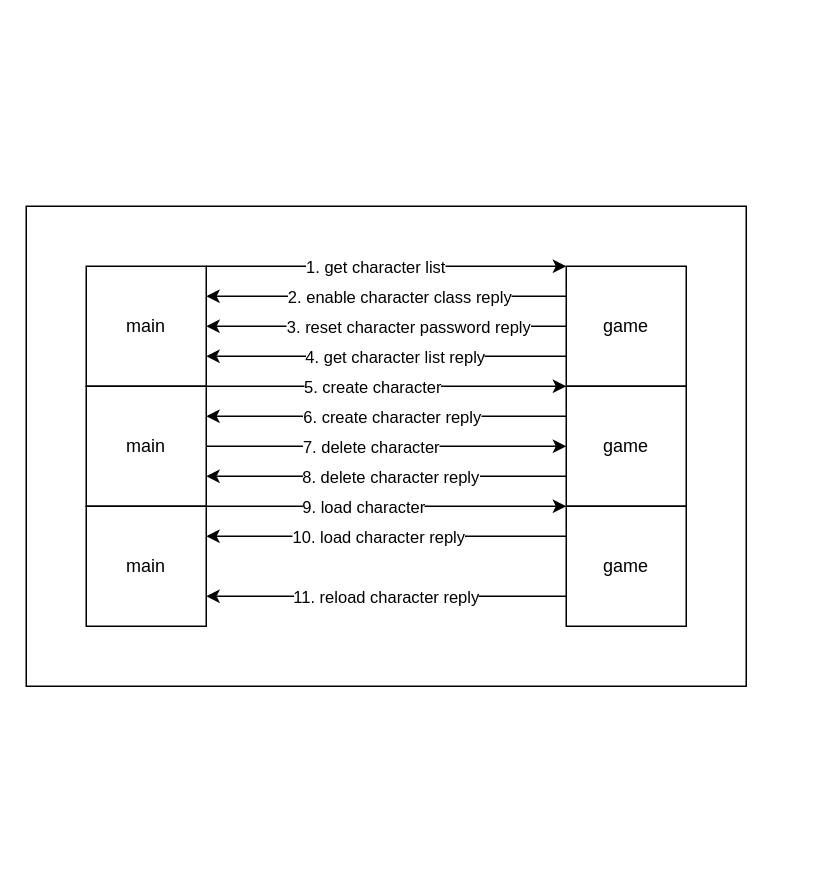
Earlier version of the draw.io diagram docs/character.drawio (xujintao/balgass). Source tidied: cells renumbered, new cells numbered last; positions are measured from the earlier drawing's top-left corner, leaving out a move shared by most shapes. Both pictures are drawn from the tidied source at 150%, with x=0, y=0 at pixel (26, 206).
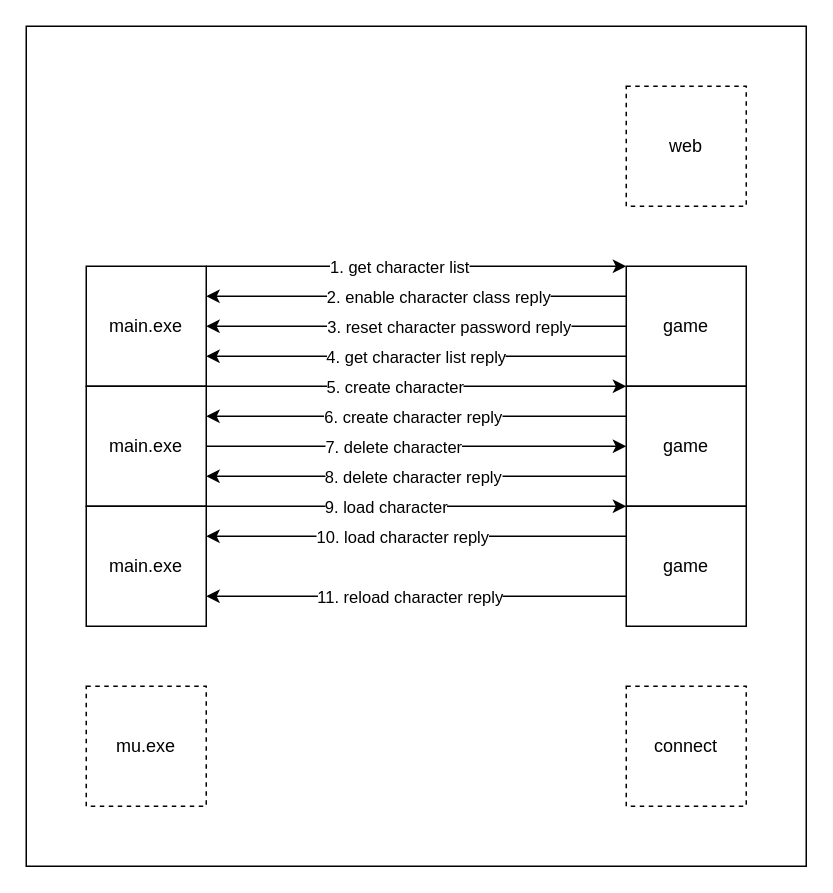
After the change.

Unchanged cells that the change refers to:
```xml
<mxCell id="7" style="endArrow=classic;html=1;rounded=0;exitX=0;exitY=0.75;exitDx=0;exitDy=0;entryX=1;entryY=0.75;entryDx=0;entryDy=0;" parent="1" edge="1" source="4" target="3">
  <mxGeometry relative="1" as="geometry" />
</mxCell>
<mxCell id="11" style="endArrow=classic;html=1;rounded=0;exitX=0;exitY=0.25;exitDx=0;exitDy=0;entryX=1;entryY=0.25;entryDx=0;entryDy=0;" parent="1" edge="1" source="14" target="13">
  <mxGeometry relative="1" as="geometry" />
</mxCell>
<mxCell id="17" style="endArrow=classic;html=1;rounded=0;exitX=0;exitY=0.75;exitDx=0;exitDy=0;entryX=1;entryY=0.75;entryDx=0;entryDy=0;" parent="1" edge="1" source="14" target="13">
  <mxGeometry relative="1" as="geometry" />
</mxCell>
<mxCell id="19" style="endArrow=classic;html=1;rounded=0;entryX=1;entryY=0.25;entryDx=0;entryDy=0;exitX=0;exitY=0.25;exitDx=0;exitDy=0;" parent="1" edge="1" source="4" target="3">
  <mxGeometry relative="1" as="geometry" />
</mxCell>
<mxCell id="21" style="endArrow=classic;html=1;rounded=0;entryX=1;entryY=0.5;entryDx=0;entryDy=0;exitX=0;exitY=0.5;exitDx=0;exitDy=0;" parent="1" edge="1" source="4" target="3">
  <mxGeometry relative="1" as="geometry" />
</mxCell>
```

Change to the diagram source:
```diff
@@
     <mxCell id="2" style="rounded=0;whiteSpace=wrap;html=1;" parent="1" vertex="1">
-      <mxGeometry width="480" height="320" as="geometry" />
+      <mxGeometry y="-120" width="520" height="560" as="geometry" />
     </mxCell>
-    <mxCell id="3" value="main" style="rounded=0;whiteSpace=wrap;html=1;" parent="1" vertex="1">
+    <mxCell id="3" value="main.exe" style="rounded=0;whiteSpace=wrap;html=1;" parent="1" vertex="1">
       <mxGeometry x="40" y="40" width="80" height="80" as="geometry" />
     </mxCell>
     <mxCell id="4" value="game" style="rounded=0;whiteSpace=wrap;html=1;" parent="1" vertex="1">
-      <mxGeometry x="360" y="40" width="80" height="80" as="geometry" />
+      <mxGeometry x="400" y="40" width="80" height="80" as="geometry" />
     </mxCell>
@@
     <mxCell id="8" value="4. get character list reply" style="edgeLabel;html=1;align=center;verticalAlign=middle;" parent="7" vertex="1">
       <mxGeometry x="0.14" relative="1" as="geometry">
-        <mxPoint x="22" as="offset" />
+        <mxPoint x="19" as="offset" />
       </mxGeometry>
     </mxCell>
@@
     <mxCell id="12" value="6. create character reply" style="edgeLabel;html=1;align=center;verticalAlign=middle;" parent="11" vertex="1">
       <mxGeometry x="0.19" y="-1" relative="1" as="geometry">
-        <mxPoint x="26" y="1" as="offset" />
+        <mxPoint x="24" y="1" as="offset" />
       </mxGeometry>
     </mxCell>
-    <mxCell id="13" value="main" style="rounded=0;whiteSpace=wrap;html=1;" parent="1" vertex="1">
+    <mxCell id="13" value="main.exe" style="rounded=0;whiteSpace=wrap;html=1;" parent="1" vertex="1">
       <mxGeometry x="40" y="120" width="80" height="80" as="geometry" />
     </mxCell>
     <mxCell id="14" value="game" style="rounded=0;whiteSpace=wrap;html=1;" parent="1" vertex="1">
-      <mxGeometry x="360" y="120" width="80" height="80" as="geometry" />
+      <mxGeometry x="400" y="120" width="80" height="80" as="geometry" />
     </mxCell>
@@
     <mxCell id="18" value="8. delete character reply" style="edgeLabel;html=1;align=center;verticalAlign=middle;" parent="17" vertex="1">
       <mxGeometry x="0.19" y="-1" relative="1" as="geometry">
-        <mxPoint x="25" y="1" as="offset" />
+        <mxPoint x="24" y="1" as="offset" />
       </mxGeometry>
     </mxCell>
@@
     <mxCell id="20" value="2. enable character class reply" style="edgeLabel;html=1;align=center;verticalAlign=middle;" parent="19" vertex="1">
       <mxGeometry x="0.14" relative="1" as="geometry">
-        <mxPoint x="25" as="offset" />
+        <mxPoint x="34" as="offset" />
       </mxGeometry>
     </mxCell>
@@
     <mxCell id="22" value="3. reset character password reply" style="edgeLabel;html=1;align=center;verticalAlign=middle;" parent="21" vertex="1">
       <mxGeometry x="0.14" relative="1" as="geometry">
-        <mxPoint x="31" as="offset" />
+        <mxPoint x="41" as="offset" />
       </mxGeometry>
     </mxCell>
-    <mxCell id="23" value="main" style="rounded=0;whiteSpace=wrap;html=1;" parent="1" vertex="1">
+    <mxCell id="23" value="main.exe" style="rounded=0;whiteSpace=wrap;html=1;" parent="1" vertex="1">
       <mxGeometry x="40" y="200" width="80" height="80" as="geometry" />
     </mxCell>
     <mxCell id="24" value="game" style="rounded=0;whiteSpace=wrap;html=1;" parent="1" vertex="1">
-      <mxGeometry x="360" y="200" width="80" height="80" as="geometry" />
+      <mxGeometry x="400" y="200" width="80" height="80" as="geometry" />
     </mxCell>
@@
+    <mxCell id="31" value="mu.exe" style="rounded=0;whiteSpace=wrap;html=1;dashed=1;" parent="1" vertex="1">
+      <mxGeometry x="40" y="320" width="80" height="80" as="geometry" />
+    </mxCell>
+    <mxCell id="32" value="connect" style="rounded=0;whiteSpace=wrap;html=1;dashed=1;" parent="1" vertex="1">
+      <mxGeometry x="400" y="320" width="80" height="80" as="geometry" />
+    </mxCell>
+    <mxCell id="33" value="web" style="rounded=0;whiteSpace=wrap;html=1;dashed=1;" parent="1" vertex="1">
+      <mxGeometry x="400" y="-80" width="80" height="80" as="geometry" />
+    </mxCell>
```
